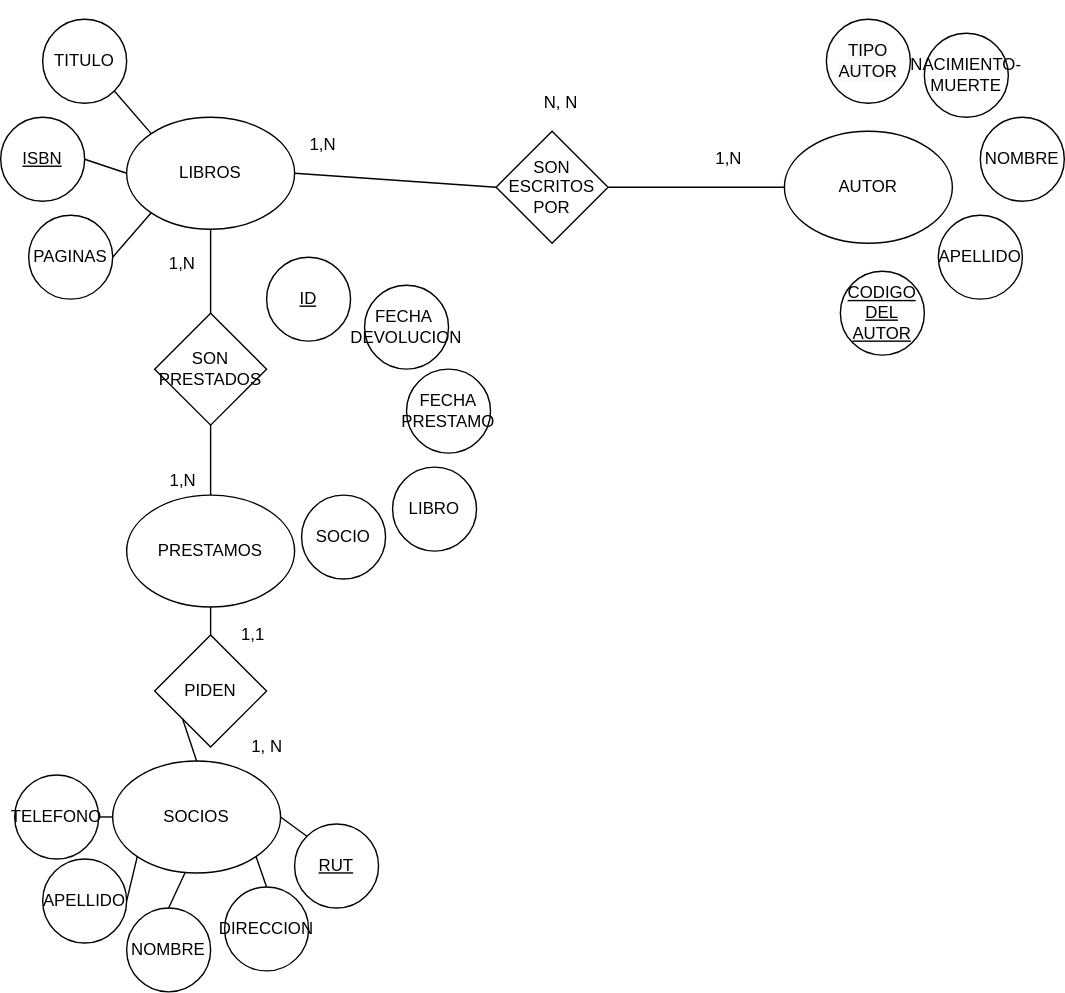
Before: modelo-conceptual.drawio.svg, a diagram exported from draw.io (cristiancfsc/prueba-biblioteca). Source tidied: cells renumbered, new cells last; positions are measured from the earlier drawing's top-left corner, leaving out a move shared by most shapes.
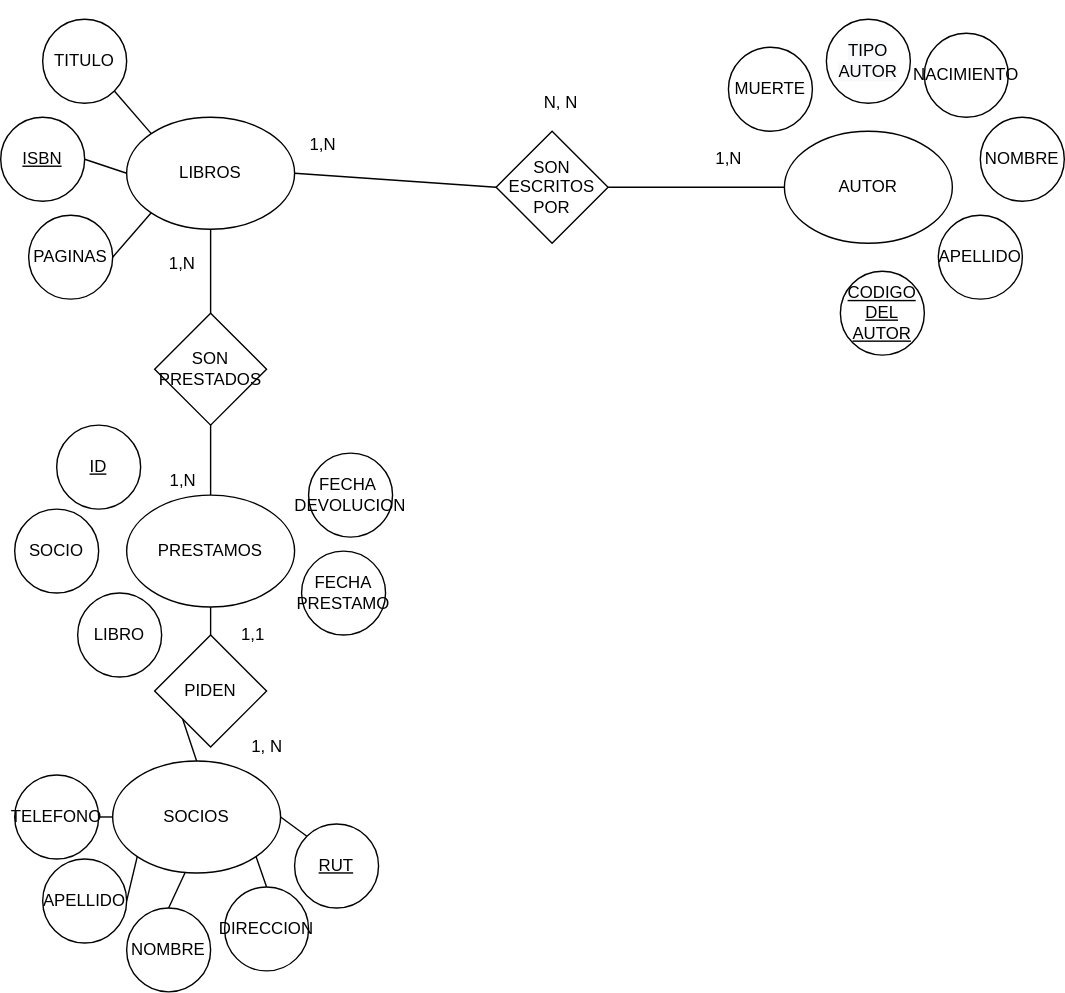
The same diagram one commit later.

The edit, as a diff of the source:
```diff
@@ -30,21 +30,21 @@
       <mxGeometry relative="1" as="geometry" />
     </mxCell>
     <mxCell id="11" value="&lt;u&gt;ID&lt;/u&gt;" style="ellipse;whiteSpace=wrap;html=1;" parent="1" vertex="1">
-      <mxGeometry x="190" y="170" width="60" height="60" as="geometry" />
+      <mxGeometry x="40" y="290" width="60" height="60" as="geometry" />
     </mxCell>
     <mxCell id="12" value="SOCIO" style="ellipse;whiteSpace=wrap;html=1;" parent="1" vertex="1">
-      <mxGeometry x="215" y="340" width="60" height="60" as="geometry" />
+      <mxGeometry x="10" y="350" width="60" height="60" as="geometry" />
     </mxCell>
     <mxCell id="13" value="LIBRO" style="ellipse;whiteSpace=wrap;html=1;" parent="1" vertex="1">
-      <mxGeometry x="280" y="320" width="60" height="60" as="geometry" />
+      <mxGeometry x="55" y="410" width="60" height="60" as="geometry" />
     </mxCell>
     <mxCell id="14" value="FECHA&lt;br&gt;PRESTAMO" style="ellipse;whiteSpace=wrap;html=1;" parent="1" vertex="1">
-      <mxGeometry x="290" y="250" width="60" height="60" as="geometry" />
+      <mxGeometry x="215" y="380" width="60" height="60" as="geometry" />
     </mxCell>
     <mxCell id="15" value="FECHA&amp;nbsp;&lt;br&gt;DEVOLUCION" style="ellipse;whiteSpace=wrap;html=1;" parent="1" vertex="1">
-      <mxGeometry x="260" y="190" width="60" height="60" as="geometry" />
+      <mxGeometry x="220" y="310" width="60" height="60" as="geometry" />
     </mxCell>
-    <mxCell id="16" value="NACIMIENTO-MUERTE" style="ellipse;whiteSpace=wrap;html=1;" parent="1" vertex="1">
+    <mxCell id="16" value="NACIMIENTO" style="ellipse;whiteSpace=wrap;html=1;" parent="1" vertex="1">
       <mxGeometry x="660" y="10" width="60" height="60" as="geometry" />
     </mxCell>
     <mxCell id="17" value="NOMBRE" style="ellipse;whiteSpace=wrap;html=1;" parent="1" vertex="1">
@@ -137,5 +137,8 @@
     <mxCell id="46" value="1,1" style="text;html=1;align=center;verticalAlign=middle;strokeColor=none;fillColor=none;" parent="1" vertex="1">
       <mxGeometry x="165" y="430" width="30" height="20" as="geometry" />
     </mxCell>
+    <mxCell id="47" value="MUERTE" style="ellipse;whiteSpace=wrap;html=1;" parent="1" vertex="1">
+      <mxGeometry x="520" y="20" width="60" height="60" as="geometry" />
+    </mxCell>
   </root>
 </mxGraphModel>
```
